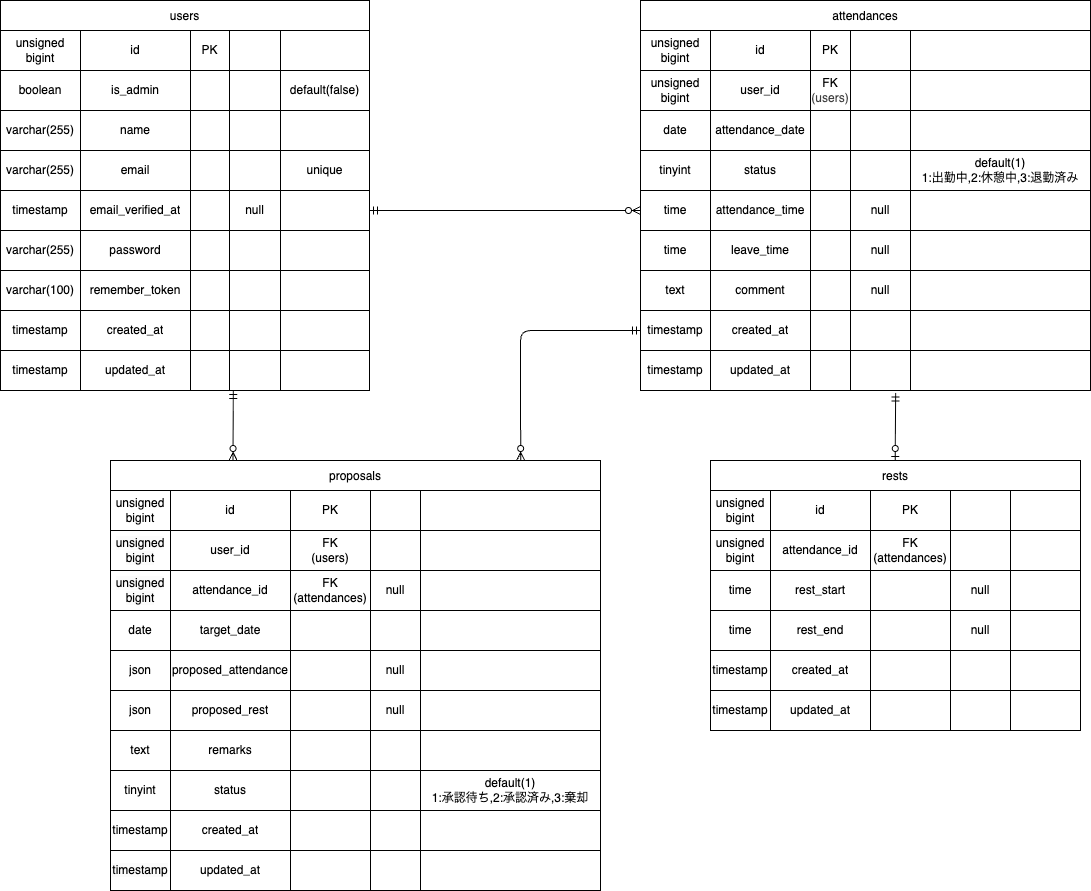
RINGO-days/time-tracker__test keeps this draw.io diagram as ER.drawio.png. Above is the earlier version. Source tidied: cells renumbered, new cells last; positions are measured from the earlier drawing's top-left corner, leaving out a move shared by most shapes.
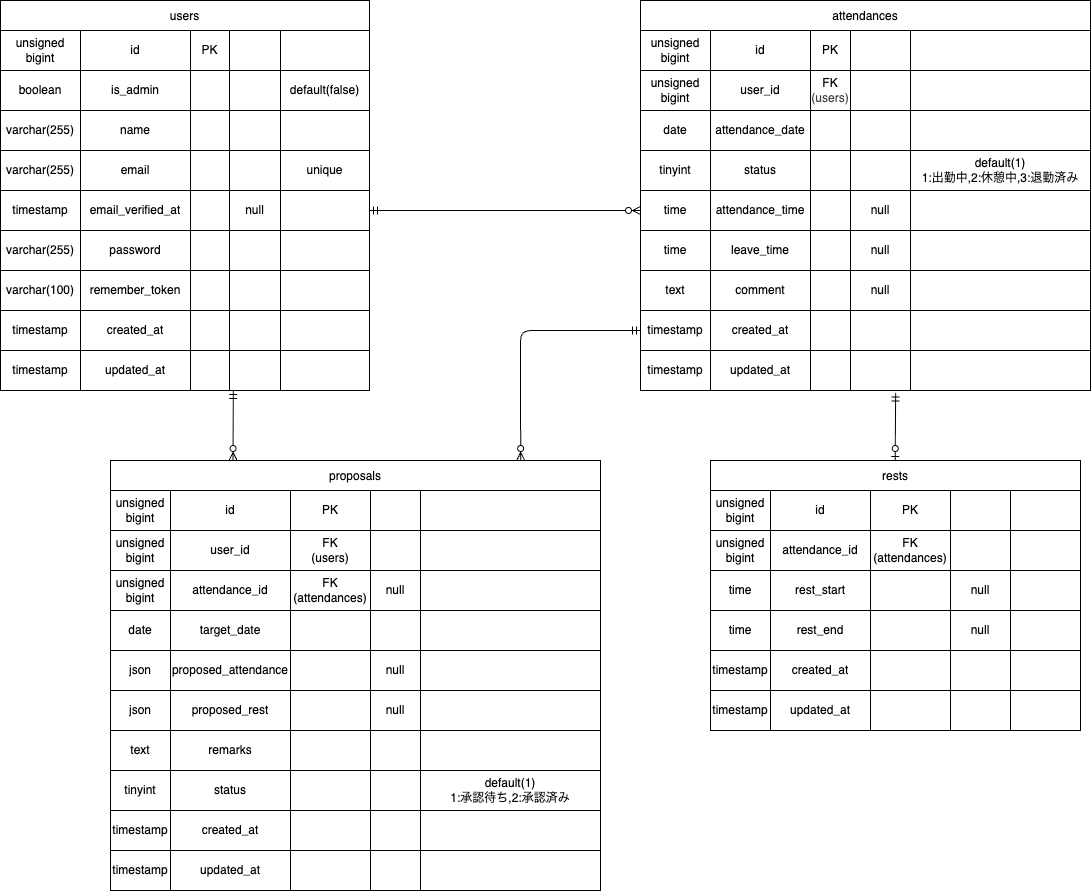
After the commit.

Change to the diagram source:
```diff
@@ -587,7 +587,7 @@
     <mxCell id="196" style="shape=partialRectangle;html=1;whiteSpace=wrap;strokeColor=inherit;overflow=hidden;fillColor=none;top=0;left=0;bottom=0;right=0;" parent="192" vertex="1">
       <mxGeometry x="260" width="50" height="40" as="geometry" />
     </mxCell>
-    <mxCell id="197" value="default(1)&lt;div&gt;1:承認待ち,2:承認済み,3:棄却&lt;/div&gt;" style="shape=partialRectangle;html=1;whiteSpace=wrap;strokeColor=inherit;overflow=hidden;fillColor=none;top=0;left=0;bottom=0;right=0;" parent="192" vertex="1">
+    <mxCell id="197" value="default(1)&lt;div&gt;1:承認待ち,2:承認済み&lt;/div&gt;" style="shape=partialRectangle;html=1;whiteSpace=wrap;strokeColor=inherit;overflow=hidden;fillColor=none;top=0;left=0;bottom=0;right=0;" parent="192" vertex="1">
       <mxGeometry x="310" width="180" height="40" as="geometry" />
     </mxCell>
     <mxCell id="198" style="shape=tableRow;horizontal=0;startSize=0;swimlaneHead=0;swimlaneBody=0;strokeColor=inherit;top=0;left=0;bottom=0;right=0;fillColor=none;" parent="149" vertex="1">
```
